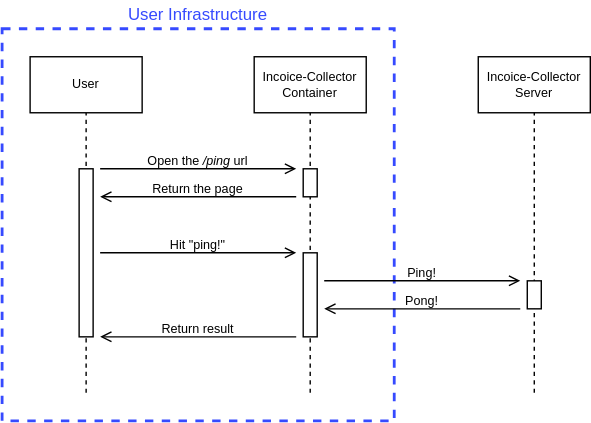
This is docs/docs/sequence_diagram/ping.svg from invoice-collector/website, a draw.io export, as it was before one commit. Source tidied: cells renumbered, new cells last; positions are measured from the earlier drawing's top-left corner, leaving out a move shared by most shapes.
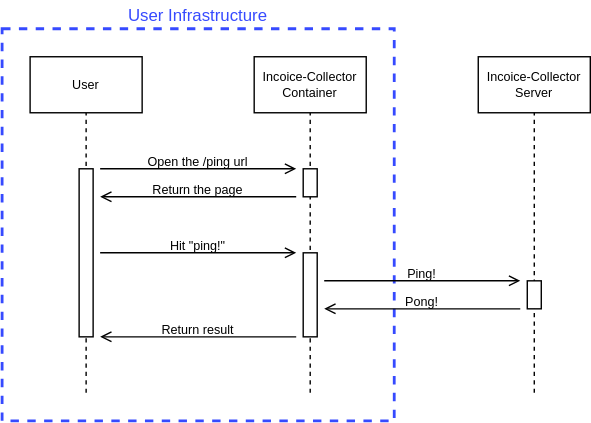
Above is the later version.

What changed in the source:
```diff
@@ -2,100 +2,100 @@
   <root>
     <mxCell id="0" />
     <mxCell id="1" parent="0" />
-    <mxCell id="2" style="whiteSpace=wrap;html=1;fillColor=none;strokeColor=#364AFF;rounded=0;arcSize=8;dashed=1;strokeWidth=2;" parent="1" vertex="1">
+    <mxCell id="2" style="fillColor=none;strokeColor=#364AFF;rounded=0;arcSize=8;dashed=1;strokeWidth=2;" parent="1" vertex="1">
       <mxGeometry y="20" width="280" height="280" as="geometry" />
     </mxCell>
-    <mxCell id="3" style="endArrow=none;dashed=1;html=1;entryX=0.5;entryY=1;entryDx=0;entryDy=0;" parent="1" edge="1" target="7">
+    <mxCell id="3" style="endArrow=none;dashed=1;entryX=0.5;entryY=1;entryDx=0;entryDy=0;" parent="1" edge="1" target="7">
       <mxGeometry relative="1" as="geometry">
         <mxPoint x="220" y="280" as="sourcePoint" />
       </mxGeometry>
     </mxCell>
-    <mxCell id="4" style="endArrow=none;dashed=1;html=1;entryX=0.5;entryY=1;entryDx=0;entryDy=0;" parent="1" edge="1" target="6">
+    <mxCell id="4" style="endArrow=none;dashed=1;entryX=0.5;entryY=1;entryDx=0;entryDy=0;" parent="1" edge="1" target="6">
       <mxGeometry relative="1" as="geometry">
         <mxPoint x="60" y="280" as="sourcePoint" />
       </mxGeometry>
     </mxCell>
-    <mxCell id="5" style="rounded=0;whiteSpace=wrap;html=1;" parent="1" vertex="1">
+    <mxCell id="5" style="rounded=0;" parent="1" vertex="1">
       <mxGeometry x="215" y="180" width="10" height="60" as="geometry" />
     </mxCell>
-    <mxCell id="6" value="User" style="rounded=0;whiteSpace=wrap;html=1;fontSize=9;" parent="1" vertex="1">
+    <mxCell id="6" value="User" style="rounded=0;fontSize=9;" parent="1" vertex="1">
       <mxGeometry x="20" y="40" width="80" height="40" as="geometry" />
     </mxCell>
-    <mxCell id="7" value="Incoice-Collector&lt;br&gt;Container" style="rounded=0;whiteSpace=wrap;html=1;fontSize=9;" parent="1" vertex="1">
+    <mxCell id="7" value="Incoice-Collector&#10;Container" style="rounded=0;fontSize=9;" parent="1" vertex="1">
       <mxGeometry x="180" y="40" width="80" height="40" as="geometry" />
     </mxCell>
-    <mxCell id="8" value="Incoice-Collector&lt;br style=&quot;font-size: 9px;&quot;&gt;Server" style="rounded=0;whiteSpace=wrap;html=1;fontSize=9;" parent="1" vertex="1">
+    <mxCell id="8" value="Incoice-Collector&#10;Server" style="rounded=0;fontSize=9;" parent="1" vertex="1">
       <mxGeometry x="340" y="40" width="80" height="40" as="geometry" />
     </mxCell>
-    <mxCell id="9" style="endArrow=open;html=1;fontSize=9;endFill=0;" parent="1" edge="1">
+    <mxCell id="9" style="endArrow=open;fontSize=9;endFill=0;" parent="1" edge="1">
       <mxGeometry relative="1" as="geometry">
         <mxPoint x="70" y="180" as="sourcePoint" />
         <mxPoint x="210" y="180" as="targetPoint" />
       </mxGeometry>
     </mxCell>
-    <mxCell id="10" value="Hit &quot;ping!&quot;" style="text;html=1;strokeColor=none;fillColor=none;align=center;verticalAlign=middle;whiteSpace=wrap;rounded=0;fontSize=9;" parent="1" vertex="1">
+    <mxCell id="10" value="Hit &quot;ping!&quot;" style="text;strokeColor=none;fillColor=none;align=center;verticalAlign=middle;rounded=0;fontSize=9;" parent="1" vertex="1">
       <mxGeometry x="70" y="170" width="140" height="10" as="geometry" />
     </mxCell>
-    <mxCell id="11" value="Ping!" style="text;html=1;strokeColor=none;fillColor=none;align=center;verticalAlign=middle;whiteSpace=wrap;rounded=0;fontSize=9;" parent="1" vertex="1">
+    <mxCell id="11" value="Ping!" style="text;strokeColor=none;fillColor=none;align=center;verticalAlign=middle;rounded=0;fontSize=9;" parent="1" vertex="1">
       <mxGeometry x="230" y="190" width="140" height="10" as="geometry" />
     </mxCell>
-    <mxCell id="12" style="endArrow=open;html=1;fontSize=9;endFill=0;" parent="1" edge="1">
+    <mxCell id="12" style="endArrow=open;fontSize=9;endFill=0;" parent="1" edge="1">
       <mxGeometry relative="1" as="geometry">
         <mxPoint x="230" y="200" as="sourcePoint" />
         <mxPoint x="370" y="200" as="targetPoint" />
       </mxGeometry>
     </mxCell>
-    <mxCell id="13" style="endArrow=none;dashed=1;html=1;entryX=0.5;entryY=1;entryDx=0;entryDy=0;" parent="1" edge="1" target="8">
+    <mxCell id="13" style="endArrow=none;dashed=1;entryX=0.5;entryY=1;entryDx=0;entryDy=0;" parent="1" edge="1" target="8">
       <mxGeometry relative="1" as="geometry">
         <mxPoint x="380" y="280" as="sourcePoint" />
       </mxGeometry>
     </mxCell>
-    <mxCell id="14" style="rounded=0;whiteSpace=wrap;html=1;" parent="1" vertex="1">
+    <mxCell id="14" style="rounded=0;" parent="1" vertex="1">
       <mxGeometry x="375" y="200" width="10" height="20" as="geometry" />
     </mxCell>
-    <mxCell id="15" style="endArrow=open;html=1;fontSize=9;endFill=0;" parent="1" edge="1">
+    <mxCell id="15" style="endArrow=open;fontSize=9;endFill=0;" parent="1" edge="1">
       <mxGeometry relative="1" as="geometry">
         <mxPoint x="370" y="220" as="sourcePoint" />
         <mxPoint x="230" y="220" as="targetPoint" />
       </mxGeometry>
     </mxCell>
-    <mxCell id="16" value="Pong!" style="text;html=1;strokeColor=none;fillColor=none;align=center;verticalAlign=middle;whiteSpace=wrap;rounded=0;fontSize=9;" parent="1" vertex="1">
+    <mxCell id="16" value="Pong!" style="text;strokeColor=none;fillColor=none;align=center;verticalAlign=middle;rounded=0;fontSize=9;" parent="1" vertex="1">
       <mxGeometry x="230" y="210" width="140" height="10" as="geometry" />
     </mxCell>
-    <mxCell id="17" style="endArrow=open;html=1;fontSize=9;endFill=0;" parent="1" edge="1">
+    <mxCell id="17" style="endArrow=open;fontSize=9;endFill=0;" parent="1" edge="1">
       <mxGeometry relative="1" as="geometry">
         <mxPoint x="210" y="240" as="sourcePoint" />
         <mxPoint x="70" y="240" as="targetPoint" />
       </mxGeometry>
     </mxCell>
-    <mxCell id="18" value="Return result" style="text;html=1;strokeColor=none;fillColor=none;align=center;verticalAlign=middle;whiteSpace=wrap;rounded=0;fontSize=9;" parent="1" vertex="1">
+    <mxCell id="18" value="Return result" style="text;strokeColor=none;fillColor=none;align=center;verticalAlign=middle;rounded=0;fontSize=9;" parent="1" vertex="1">
       <mxGeometry x="70" y="230" width="140" height="10" as="geometry" />
     </mxCell>
-    <mxCell id="19" style="rounded=0;whiteSpace=wrap;html=1;" parent="1" vertex="1">
+    <mxCell id="19" style="rounded=0;" parent="1" vertex="1">
       <mxGeometry x="55" y="120" width="10" height="120" as="geometry" />
     </mxCell>
-    <mxCell id="20" style="rounded=0;whiteSpace=wrap;html=1;" parent="1" vertex="1">
+    <mxCell id="20" style="rounded=0;" parent="1" vertex="1">
       <mxGeometry x="215" y="120" width="10" height="20" as="geometry" />
     </mxCell>
-    <mxCell id="21" value="Open the&amp;nbsp;&lt;i style=&quot;border-color: var(--border-color);&quot;&gt;/ping&lt;/i&gt;&amp;nbsp;url" style="text;html=1;strokeColor=none;fillColor=none;align=center;verticalAlign=middle;whiteSpace=wrap;rounded=0;fontSize=9;" parent="1" vertex="1">
+    <mxCell id="21" value="Open the /ping url" style="text;strokeColor=none;fillColor=none;align=center;verticalAlign=middle;rounded=0;fontSize=9;" parent="1" vertex="1">
       <mxGeometry x="70" y="110" width="140" height="10" as="geometry" />
     </mxCell>
-    <mxCell id="22" style="endArrow=open;html=1;fontSize=9;endFill=0;" parent="1" edge="1">
+    <mxCell id="22" style="endArrow=open;fontSize=9;endFill=0;" parent="1" edge="1">
       <mxGeometry relative="1" as="geometry">
         <mxPoint x="70" y="120" as="sourcePoint" />
         <mxPoint x="210" y="120" as="targetPoint" />
       </mxGeometry>
     </mxCell>
-    <mxCell id="23" style="endArrow=open;html=1;fontSize=9;endFill=0;" parent="1" edge="1">
+    <mxCell id="23" style="endArrow=open;fontSize=9;endFill=0;" parent="1" edge="1">
       <mxGeometry relative="1" as="geometry">
         <mxPoint x="210" y="140" as="sourcePoint" />
         <mxPoint x="70" y="140" as="targetPoint" />
       </mxGeometry>
     </mxCell>
-    <mxCell id="24" value="Return the page" style="text;html=1;strokeColor=none;fillColor=none;align=center;verticalAlign=middle;whiteSpace=wrap;rounded=0;fontSize=9;" parent="1" vertex="1">
+    <mxCell id="24" value="Return the page" style="text;strokeColor=none;fillColor=none;align=center;verticalAlign=middle;rounded=0;fontSize=9;" parent="1" vertex="1">
       <mxGeometry x="70" y="130" width="140" height="10" as="geometry" />
     </mxCell>
-    <mxCell id="25" value="&lt;font&gt;User Infrastructure&lt;/font&gt;" style="text;strokeColor=none;align=center;fillColor=none;html=1;verticalAlign=middle;whiteSpace=wrap;rounded=0;fontColor=#364AFF;" parent="1" vertex="1">
+    <mxCell id="25" value="User Infrastructure" style="text;strokeColor=none;align=center;fillColor=none;verticalAlign=middle;rounded=0;fontColor=#364AFF;" parent="1" vertex="1">
       <mxGeometry width="280" height="20" as="geometry" />
     </mxCell>
   </root>
```
